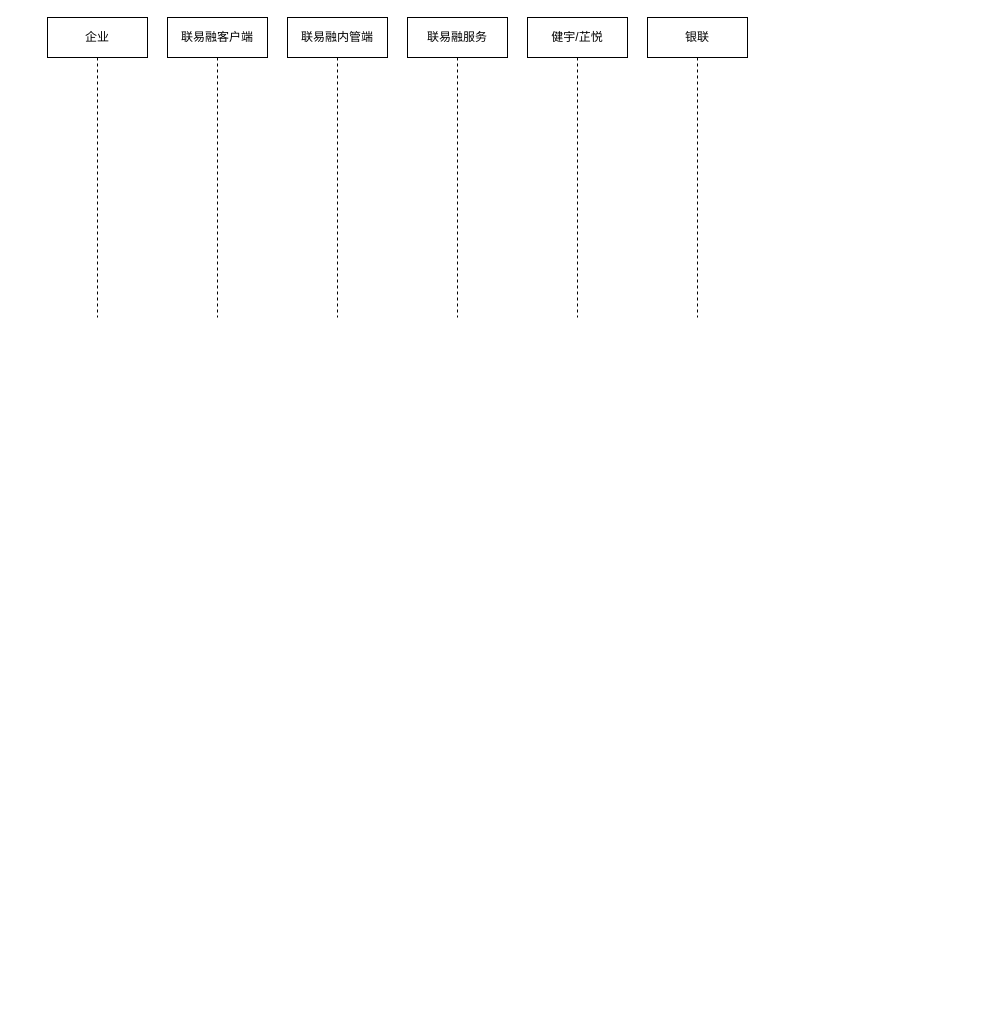
Before: LLSI/银联批量对公还原申报.drawio in 0573xieguojia/To-program, a draw.io diagram. Source tidied: cells renumbered, new cells numbered last; positions are measured from the earlier drawing's top-left corner, leaving out a move shared by most shapes. Both pictures are drawn from the tidied source at 100%, with x=0, y=0 at pixel (47, 17).
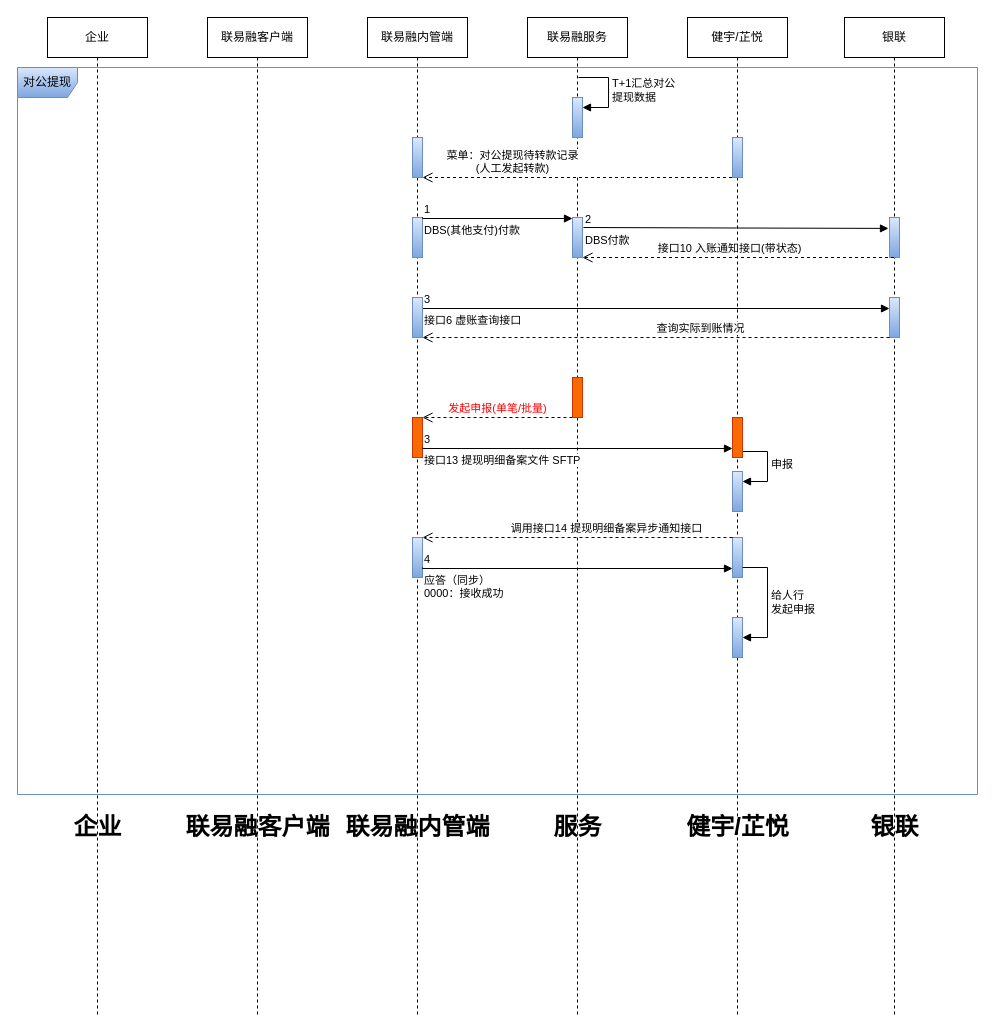
The same diagram, later.

Commit message (it also covers changes not shown here):
更新银联批量对公还原申报.drawio

What changed in the source:
```diff
@@
     <mxCell id="2" value="企业" style="shape=umlLifeline;perimeter=lifelinePerimeter;whiteSpace=wrap;html=1;newEdgeStyle={&quot;edgeStyle&quot;:&quot;elbowEdgeStyle&quot;,&quot;elbow&quot;:&quot;vertical&quot;,&quot;curved&quot;:0,&quot;rounded&quot;:0};" parent="1" vertex="1">
-      <mxGeometry width="100" height="300" as="geometry" />
+      <mxGeometry width="100" height="1000" as="geometry" />
     </mxCell>
     <mxCell id="3" value="联易融客户端" style="shape=umlLifeline;perimeter=lifelinePerimeter;whiteSpace=wrap;html=1;newEdgeStyle={&quot;edgeStyle&quot;:&quot;elbowEdgeStyle&quot;,&quot;elbow&quot;:&quot;vertical&quot;,&quot;curved&quot;:0,&quot;rounded&quot;:0};" parent="1" vertex="1">
-      <mxGeometry x="120" width="100" height="300" as="geometry" />
+      <mxGeometry x="160" width="100" height="1000" as="geometry" />
     </mxCell>
     <mxCell id="4" value="联易融内管端" style="shape=umlLifeline;perimeter=lifelinePerimeter;whiteSpace=wrap;html=1;newEdgeStyle={&quot;edgeStyle&quot;:&quot;elbowEdgeStyle&quot;,&quot;elbow&quot;:&quot;vertical&quot;,&quot;curved&quot;:0,&quot;rounded&quot;:0};" parent="1" vertex="1">
-      <mxGeometry x="240" width="100" height="300" as="geometry" />
+      <mxGeometry x="320" width="100" height="1000" as="geometry" />
     </mxCell>
+    <mxCell id="8" style="html=1;perimeter=orthogonalPerimeter;targetShapes=umlLifeline;newEdgeStyle={&quot;edgeStyle&quot;:&quot;elbowEdgeStyle&quot;,&quot;elbow&quot;:&quot;vertical&quot;,&quot;curved&quot;:0,&quot;rounded&quot;:0};fillColor=#dae8fc;gradientColor=#7ea6e0;strokeColor=#6c8ebf;" parent="4" vertex="1">
+      <mxGeometry x="45" y="200" width="10" height="40" as="geometry" />
+    </mxCell>
     <mxCell id="5" value="联易融服务" style="shape=umlLifeline;perimeter=lifelinePerimeter;whiteSpace=wrap;html=1;newEdgeStyle={&quot;edgeStyle&quot;:&quot;elbowEdgeStyle&quot;,&quot;elbow&quot;:&quot;vertical&quot;,&quot;curved&quot;:0,&quot;rounded&quot;:0};" parent="1" vertex="1">
-      <mxGeometry x="360" width="100" height="300" as="geometry" />
+      <mxGeometry x="480" width="100" height="1000" as="geometry" />
     </mxCell>
+    <mxCell id="9" style="html=1;points=[];perimeter=orthogonalPerimeter;outlineConnect=0;targetShapes=umlLifeline;portConstraint=eastwest;newEdgeStyle={&quot;edgeStyle&quot;:&quot;elbowEdgeStyle&quot;,&quot;elbow&quot;:&quot;vertical&quot;,&quot;curved&quot;:0,&quot;rounded&quot;:0};fillColor=#dae8fc;strokeColor=#6c8ebf;gradientColor=#7ea6e0;" parent="5" vertex="1">
+      <mxGeometry x="45" y="80" width="10" height="40" as="geometry" />
+    </mxCell>
+    <mxCell id="10" value="T+1汇总对公&lt;br&gt;提现数据" style="html=1;align=left;spacingLeft=2;endArrow=block;rounded=0;edgeStyle=orthogonalEdgeStyle;curved=0;rounded=0;" parent="5" edge="1" target="9">
+      <mxGeometry relative="1" as="geometry">
+        <mxPoint x="51" y="60" as="sourcePoint" />
+        <Array as="points">
+          <mxPoint x="81" y="90" />
+        </Array>
+      </mxGeometry>
+    </mxCell>
     <mxCell id="6" value="健宇/芷悦" style="shape=umlLifeline;perimeter=lifelinePerimeter;whiteSpace=wrap;html=1;newEdgeStyle={&quot;edgeStyle&quot;:&quot;elbowEdgeStyle&quot;,&quot;elbow&quot;:&quot;vertical&quot;,&quot;curved&quot;:0,&quot;rounded&quot;:0};" parent="1" vertex="1">
-      <mxGeometry x="480" width="100" height="300" as="geometry" />
+      <mxGeometry x="640" width="100" height="1000" as="geometry" />
     </mxCell>
+    <mxCell id="11" style="html=1;perimeter=orthogonalPerimeter;targetShapes=umlLifeline;newEdgeStyle={&quot;edgeStyle&quot;:&quot;elbowEdgeStyle&quot;,&quot;elbow&quot;:&quot;vertical&quot;,&quot;curved&quot;:0,&quot;rounded&quot;:0};fillColor=#dae8fc;gradientColor=#7ea6e0;strokeColor=#6c8ebf;" parent="6" vertex="1">
+      <mxGeometry x="45" y="120" width="10" height="40" as="geometry" />
+    </mxCell>
+    <mxCell id="12" style="html=1;points=[];perimeter=orthogonalPerimeter;outlineConnect=0;targetShapes=umlLifeline;portConstraint=eastwest;newEdgeStyle={&quot;edgeStyle&quot;:&quot;elbowEdgeStyle&quot;,&quot;elbow&quot;:&quot;vertical&quot;,&quot;curved&quot;:0,&quot;rounded&quot;:0};fillColor=#dae8fc;gradientColor=#7ea6e0;strokeColor=#6c8ebf;" parent="6" vertex="1">
+      <mxGeometry x="45" y="454" width="10" height="40" as="geometry" />
+    </mxCell>
+    <mxCell id="13" value="申报" style="html=1;align=left;spacingLeft=2;endArrow=block;rounded=0;edgeStyle=orthogonalEdgeStyle;curved=0;rounded=0;" parent="6" edge="1" target="12">
+      <mxGeometry relative="1" as="geometry">
+        <mxPoint x="50" y="434" as="sourcePoint" />
+        <Array as="points">
+          <mxPoint x="80" y="464" />
+        </Array>
+      </mxGeometry>
+    </mxCell>
+    <mxCell id="14" style="html=1;points=[];perimeter=orthogonalPerimeter;outlineConnect=0;targetShapes=umlLifeline;portConstraint=eastwest;newEdgeStyle={&quot;edgeStyle&quot;:&quot;elbowEdgeStyle&quot;,&quot;elbow&quot;:&quot;vertical&quot;,&quot;curved&quot;:0,&quot;rounded&quot;:0};fillColor=#dae8fc;gradientColor=#7ea6e0;strokeColor=#6c8ebf;" parent="6" vertex="1">
+      <mxGeometry x="45" y="520" width="10" height="40" as="geometry" />
+    </mxCell>
+    <mxCell id="15" style="html=1;perimeter=orthogonalPerimeter;targetShapes=umlLifeline;newEdgeStyle={&quot;edgeStyle&quot;:&quot;elbowEdgeStyle&quot;,&quot;elbow&quot;:&quot;vertical&quot;,&quot;curved&quot;:0,&quot;rounded&quot;:0};fillColor=#fa6800;strokeColor=#C73500;fontColor=#000000;" parent="6" vertex="1">
+      <mxGeometry x="-275" y="400" width="10" height="40" as="geometry" />
+    </mxCell>
+    <mxCell id="16" style="html=1;perimeter=orthogonalPerimeter;targetShapes=umlLifeline;newEdgeStyle={&quot;edgeStyle&quot;:&quot;elbowEdgeStyle&quot;,&quot;elbow&quot;:&quot;vertical&quot;,&quot;curved&quot;:0,&quot;rounded&quot;:0};fillColor=#fa6800;strokeColor=#C73500;fontColor=#000000;" parent="6" vertex="1">
+      <mxGeometry x="45" y="400" width="10" height="40" as="geometry" />
+    </mxCell>
+    <mxCell id="17" style="html=1;perimeter=orthogonalPerimeter;targetShapes=umlLifeline;newEdgeStyle={&quot;edgeStyle&quot;:&quot;elbowEdgeStyle&quot;,&quot;elbow&quot;:&quot;vertical&quot;,&quot;curved&quot;:0,&quot;rounded&quot;:0};fillColor=#dae8fc;gradientColor=#7ea6e0;strokeColor=#6c8ebf;" parent="6" vertex="1">
+      <mxGeometry x="-115" y="360" width="10" height="40" as="geometry" />
+    </mxCell>
+    <mxCell id="18" value="&lt;font color=&quot;#ff0000&quot;&gt;发起申报(单笔/批量)&lt;/font&gt;" style="html=1;verticalAlign=bottom;endArrow=open;dashed=1;endSize=8;edgeStyle=elbowEdgeStyle;elbow=vertical;curved=0;rounded=0;" parent="6" edge="1">
+      <mxGeometry relative="1" as="geometry">
+        <mxPoint x="-115" y="400" as="sourcePoint" />
+        <mxPoint x="-265" y="400" as="targetPoint" />
+        <Array as="points">
+          <mxPoint x="-240" y="400" />
+        </Array>
+      </mxGeometry>
+    </mxCell>
+    <mxCell id="19" value="接口13 提现明细备案文件 SFTP" style="endArrow=block;endFill=1;html=1;edgeStyle=orthogonalEdgeStyle;align=left;verticalAlign=top;rounded=0;" parent="6" edge="1">
+      <mxGeometry x="-1" relative="1" as="geometry">
+        <mxPoint x="-265" y="430" as="sourcePoint" />
+        <mxPoint x="45" y="431" as="targetPoint" />
+        <Array as="points">
+          <mxPoint x="-265" y="431" />
+        </Array>
+      </mxGeometry>
+    </mxCell>
+    <mxCell id="20" value="3" style="edgeLabel;html=1;align=left;verticalAlign=bottom;" parent="19" vertex="1">
+      <mxGeometry x="-1" relative="1" as="geometry" />
+    </mxCell>
+    <mxCell id="21" style="html=1;perimeter=orthogonalPerimeter;targetShapes=umlLifeline;newEdgeStyle={&quot;edgeStyle&quot;:&quot;elbowEdgeStyle&quot;,&quot;elbow&quot;:&quot;vertical&quot;,&quot;curved&quot;:0,&quot;rounded&quot;:0};fillColor=#dae8fc;gradientColor=#7ea6e0;strokeColor=#6c8ebf;" parent="6" vertex="1">
+      <mxGeometry x="-275" y="520" width="10" height="40" as="geometry" />
+    </mxCell>
+    <mxCell id="22" value="调用接口14 提现明细备案异步通知接口" style="html=1;verticalAlign=bottom;endArrow=open;dashed=1;endSize=8;edgeStyle=elbowEdgeStyle;elbow=vertical;curved=0;rounded=0;" parent="6" edge="1">
+      <mxGeometry x="-0.19" relative="1" as="geometry">
+        <mxPoint x="45" y="520" as="sourcePoint" />
+        <mxPoint x="-265" y="520" as="targetPoint" />
+        <Array as="points">
+          <mxPoint x="-240" y="520" />
+        </Array>
+      </mxGeometry>
+    </mxCell>
+    <mxCell id="23" value="应答（同步）&lt;br&gt;0000：接收成功" style="endArrow=block;endFill=1;html=1;edgeStyle=orthogonalEdgeStyle;align=left;verticalAlign=top;rounded=0;" parent="6" edge="1">
+      <mxGeometry x="-1" relative="1" as="geometry">
+        <mxPoint x="-265" y="550" as="sourcePoint" />
+        <mxPoint x="45" y="551" as="targetPoint" />
+        <Array as="points">
+          <mxPoint x="-265" y="551" />
+        </Array>
+      </mxGeometry>
+    </mxCell>
+    <mxCell id="24" value="4" style="edgeLabel;html=1;align=left;verticalAlign=bottom;" parent="23" vertex="1">
+      <mxGeometry x="-1" relative="1" as="geometry" />
+    </mxCell>
+    <mxCell id="25" style="html=1;points=[];perimeter=orthogonalPerimeter;outlineConnect=0;targetShapes=umlLifeline;portConstraint=eastwest;newEdgeStyle={&quot;edgeStyle&quot;:&quot;elbowEdgeStyle&quot;,&quot;elbow&quot;:&quot;vertical&quot;,&quot;curved&quot;:0,&quot;rounded&quot;:0};fillColor=#dae8fc;gradientColor=#7ea6e0;strokeColor=#6c8ebf;" parent="6" vertex="1">
+      <mxGeometry x="45" y="600" width="10" height="40" as="geometry" />
+    </mxCell>
+    <mxCell id="26" value="给人行&lt;br&gt;发起申报" style="html=1;align=left;spacingLeft=2;endArrow=block;rounded=0;edgeStyle=orthogonalEdgeStyle;curved=0;rounded=0;" parent="6" edge="1" source="14" target="25">
+      <mxGeometry relative="1" as="geometry">
+        <Array as="points">
+          <mxPoint x="80" y="550" />
+          <mxPoint x="80" y="620" />
+        </Array>
+      </mxGeometry>
+    </mxCell>
+    <mxCell id="27" style="html=1;perimeter=orthogonalPerimeter;targetShapes=umlLifeline;newEdgeStyle={&quot;edgeStyle&quot;:&quot;elbowEdgeStyle&quot;,&quot;elbow&quot;:&quot;vertical&quot;,&quot;curved&quot;:0,&quot;rounded&quot;:0};fillColor=#fa6800;strokeColor=#C73500;fontColor=#000000;" parent="6" vertex="1">
+      <mxGeometry x="-115" y="360" width="10" height="40" as="geometry" />
+    </mxCell>
     <mxCell id="7" value="银联" style="shape=umlLifeline;perimeter=lifelinePerimeter;whiteSpace=wrap;html=1;outlineConnect=0;portConstraint=eastwest;newEdgeStyle={&quot;edgeStyle&quot;:&quot;elbowEdgeStyle&quot;,&quot;elbow&quot;:&quot;vertical&quot;,&quot;curved&quot;:0,&quot;rounded&quot;:0};" parent="1" vertex="1">
-      <mxGeometry x="600" width="100" height="300" as="geometry" />
+      <mxGeometry x="797" width="100" height="1000" as="geometry" />
     </mxCell>
+    <mxCell id="28" style="html=1;perimeter=orthogonalPerimeter;targetShapes=umlLifeline;newEdgeStyle={&quot;edgeStyle&quot;:&quot;elbowEdgeStyle&quot;,&quot;elbow&quot;:&quot;vertical&quot;,&quot;curved&quot;:0,&quot;rounded&quot;:0};fillColor=#dae8fc;gradientColor=#7ea6e0;strokeColor=#6c8ebf;" parent="7" vertex="1">
+      <mxGeometry x="45" y="200" width="10" height="40" as="geometry" />
+    </mxCell>
+    <mxCell id="29" style="html=1;points=[];perimeter=orthogonalPerimeter;outlineConnect=0;targetShapes=umlLifeline;portConstraint=eastwest;newEdgeStyle={&quot;edgeStyle&quot;:&quot;elbowEdgeStyle&quot;,&quot;elbow&quot;:&quot;vertical&quot;,&quot;curved&quot;:0,&quot;rounded&quot;:0};fillColor=#dae8fc;gradientColor=#7ea6e0;strokeColor=#6c8ebf;" parent="1" vertex="1">
+      <mxGeometry x="842" y="280" width="10" height="40" as="geometry" />
+    </mxCell>
+    <mxCell id="30" value="对公提现" style="shape=umlFrame;whiteSpace=wrap;html=1;fillColor=#dae8fc;gradientColor=#7ea6e0;strokeColor=#6c8ebf;" parent="1" vertex="1">
+      <mxGeometry x="-30" y="50" width="960" height="727" as="geometry" />
+    </mxCell>
+    <mxCell id="31" value="企业" style="text;strokeColor=none;fillColor=none;html=1;fontSize=24;fontStyle=1;verticalAlign=middle;align=center;" parent="1" vertex="1">
+      <mxGeometry y="790" width="100" height="40" as="geometry" />
+    </mxCell>
+    <mxCell id="32" value="联易融客户端" style="text;strokeColor=none;fillColor=none;html=1;fontSize=24;fontStyle=1;verticalAlign=middle;align=center;" parent="1" vertex="1">
+      <mxGeometry x="160" y="790" width="100" height="40" as="geometry" />
+    </mxCell>
+    <mxCell id="33" value="联易融内管端" style="text;strokeColor=none;fillColor=none;html=1;fontSize=24;fontStyle=1;verticalAlign=middle;align=center;" parent="1" vertex="1">
+      <mxGeometry x="320" y="790" width="100" height="40" as="geometry" />
+    </mxCell>
+    <mxCell id="34" value="服务" style="text;strokeColor=none;fillColor=none;html=1;fontSize=24;fontStyle=1;verticalAlign=middle;align=center;" parent="1" vertex="1">
+      <mxGeometry x="480" y="790" width="100" height="40" as="geometry" />
+    </mxCell>
+    <mxCell id="35" value="健宇/芷悦" style="text;strokeColor=none;fillColor=none;html=1;fontSize=24;fontStyle=1;verticalAlign=middle;align=center;" parent="1" vertex="1">
+      <mxGeometry x="640" y="790" width="100" height="40" as="geometry" />
+    </mxCell>
+    <mxCell id="36" value="DBS(其他支付)付款" style="endArrow=block;endFill=1;html=1;edgeStyle=orthogonalEdgeStyle;align=left;verticalAlign=top;rounded=0;" parent="1" edge="1" target="40">
+      <mxGeometry x="-1" relative="1" as="geometry">
+        <mxPoint x="375" y="200" as="sourcePoint" />
+        <Array as="points">
+          <mxPoint x="375" y="201" />
+        </Array>
+      </mxGeometry>
+    </mxCell>
+    <mxCell id="37" value="1" style="edgeLabel;html=1;align=left;verticalAlign=bottom;" parent="36" vertex="1">
+      <mxGeometry x="-1" relative="1" as="geometry" />
+    </mxCell>
+    <mxCell id="38" value="菜单：对公提现待转款记录&lt;br&gt;(人工发起转款)" style="html=1;verticalAlign=bottom;endArrow=open;dashed=1;endSize=8;edgeStyle=elbowEdgeStyle;elbow=vertical;curved=0;rounded=0;entryX=1.5;entryY=1;entryDx=0;entryDy=0;entryPerimeter=0;" parent="1" edge="1">
+      <mxGeometry x="0.42" relative="1" as="geometry">
+        <mxPoint x="684.5" y="160" as="sourcePoint" />
+        <mxPoint x="375" y="160" as="targetPoint" />
+        <Array as="points">
+          <mxPoint x="575" y="160" />
+        </Array>
+      </mxGeometry>
+    </mxCell>
+    <mxCell id="39" style="html=1;perimeter=orthogonalPerimeter;targetShapes=umlLifeline;newEdgeStyle={&quot;edgeStyle&quot;:&quot;elbowEdgeStyle&quot;,&quot;elbow&quot;:&quot;vertical&quot;,&quot;curved&quot;:0,&quot;rounded&quot;:0};fillColor=#dae8fc;gradientColor=#7ea6e0;strokeColor=#6c8ebf;" parent="1" vertex="1">
+      <mxGeometry x="365" y="120" width="10" height="40" as="geometry" />
+    </mxCell>
+    <mxCell id="40" style="html=1;points=[];perimeter=orthogonalPerimeter;outlineConnect=0;targetShapes=umlLifeline;portConstraint=eastwest;newEdgeStyle={&quot;edgeStyle&quot;:&quot;elbowEdgeStyle&quot;,&quot;elbow&quot;:&quot;vertical&quot;,&quot;curved&quot;:0,&quot;rounded&quot;:0};fillColor=#dae8fc;gradientColor=#7ea6e0;strokeColor=#6c8ebf;" parent="1" vertex="1">
+      <mxGeometry x="525" y="200" width="10" height="40" as="geometry" />
+    </mxCell>
+    <mxCell id="41" value="接口10 入账通知接口(带状态)" style="html=1;verticalAlign=bottom;endArrow=open;dashed=1;endSize=8;edgeStyle=elbowEdgeStyle;elbow=vertical;curved=0;rounded=0;" parent="1" edge="1" source="7">
+      <mxGeometry x="0.06" relative="1" as="geometry">
+        <mxPoint x="535" y="240" as="targetPoint" />
+        <Array as="points">
+          <mxPoint x="810" y="240" />
+        </Array>
+      </mxGeometry>
+    </mxCell>
+    <mxCell id="42" value="接口6 虚账查询接口" style="endArrow=block;endFill=1;html=1;edgeStyle=orthogonalEdgeStyle;align=left;verticalAlign=top;rounded=0;" parent="1" edge="1" target="29">
+      <mxGeometry x="-1" relative="1" as="geometry">
+        <mxPoint x="375" y="290" as="sourcePoint" />
+        <Array as="points">
+          <mxPoint x="375" y="291" />
+        </Array>
+      </mxGeometry>
+    </mxCell>
+    <mxCell id="43" value="3" style="edgeLabel;html=1;align=left;verticalAlign=bottom;" parent="42" vertex="1">
+      <mxGeometry x="-1" relative="1" as="geometry" />
+    </mxCell>
+    <mxCell id="44" value="查询实际到账情况" style="html=1;verticalAlign=bottom;endArrow=open;dashed=1;endSize=8;edgeStyle=elbowEdgeStyle;elbow=vertical;curved=0;rounded=0;" parent="1" edge="1" source="29">
+      <mxGeometry x="-0.19" relative="1" as="geometry">
+        <mxPoint x="375" y="320" as="targetPoint" />
+        <Array as="points">
+          <mxPoint x="400" y="320" />
+        </Array>
+      </mxGeometry>
+    </mxCell>
+    <mxCell id="45" value="DBS付款" style="endArrow=block;endFill=1;html=1;edgeStyle=orthogonalEdgeStyle;align=left;verticalAlign=top;rounded=0;entryX=0.43;entryY=0.703;entryDx=0;entryDy=0;entryPerimeter=0;" parent="1" edge="1">
+      <mxGeometry x="-1" relative="1" as="geometry">
+        <mxPoint x="536" y="210" as="sourcePoint" />
+        <mxPoint x="841" y="210.9" as="targetPoint" />
+      </mxGeometry>
+    </mxCell>
+    <mxCell id="46" value="2" style="edgeLabel;html=1;align=left;verticalAlign=bottom;" parent="45" vertex="1">
+      <mxGeometry x="-1" relative="1" as="geometry" />
+    </mxCell>
+    <mxCell id="47" style="html=1;perimeter=orthogonalPerimeter;targetShapes=umlLifeline;newEdgeStyle={&quot;edgeStyle&quot;:&quot;elbowEdgeStyle&quot;,&quot;elbow&quot;:&quot;vertical&quot;,&quot;curved&quot;:0,&quot;rounded&quot;:0};fillColor=#dae8fc;gradientColor=#7ea6e0;strokeColor=#6c8ebf;" parent="1" vertex="1">
+      <mxGeometry x="365" y="280" width="10" height="40" as="geometry" />
+    </mxCell>
+    <mxCell id="48" value="银联" style="text;strokeColor=none;fillColor=none;html=1;fontSize=24;fontStyle=1;verticalAlign=middle;align=center;" parent="1" vertex="1">
+      <mxGeometry x="797" y="790" width="100" height="40" as="geometry" />
+    </mxCell>
```
